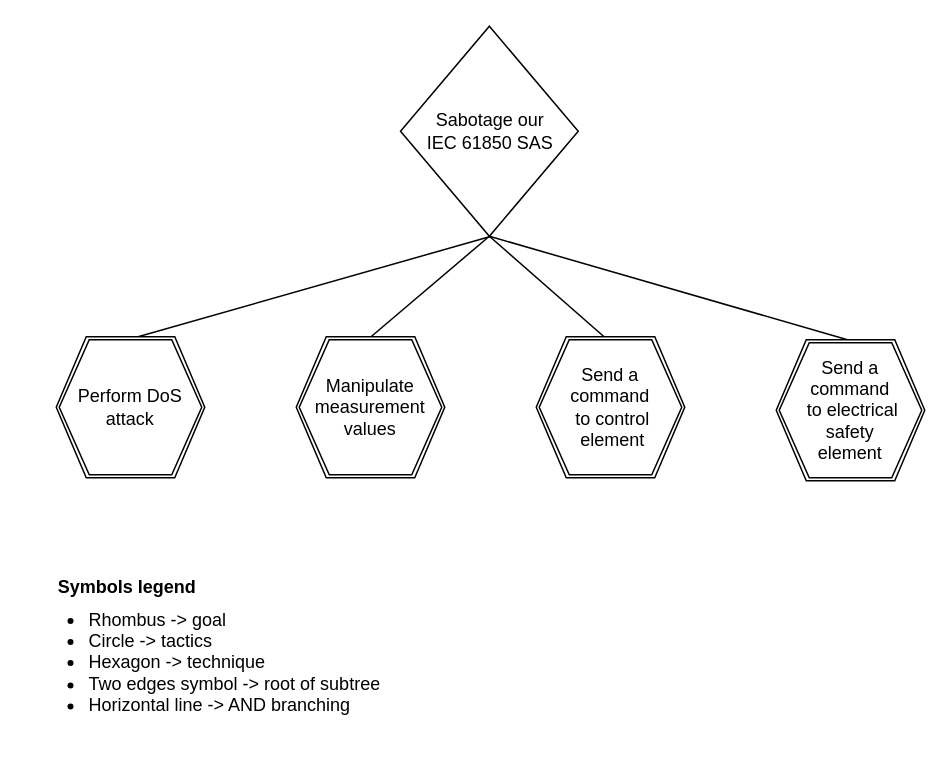
mihaelM/Attack_trees keeps this draw.io diagram as drawIO_trees/solution_1.drawio. Above is the earlier version. Source tidied: cells renumbered, new cells numbered last; positions are measured from the earlier drawing's top-left corner, leaving out a move shared by most shapes. Both pictures are drawn from the tidied source at 150%, with x=0, y=0 at pixel (26, 26).
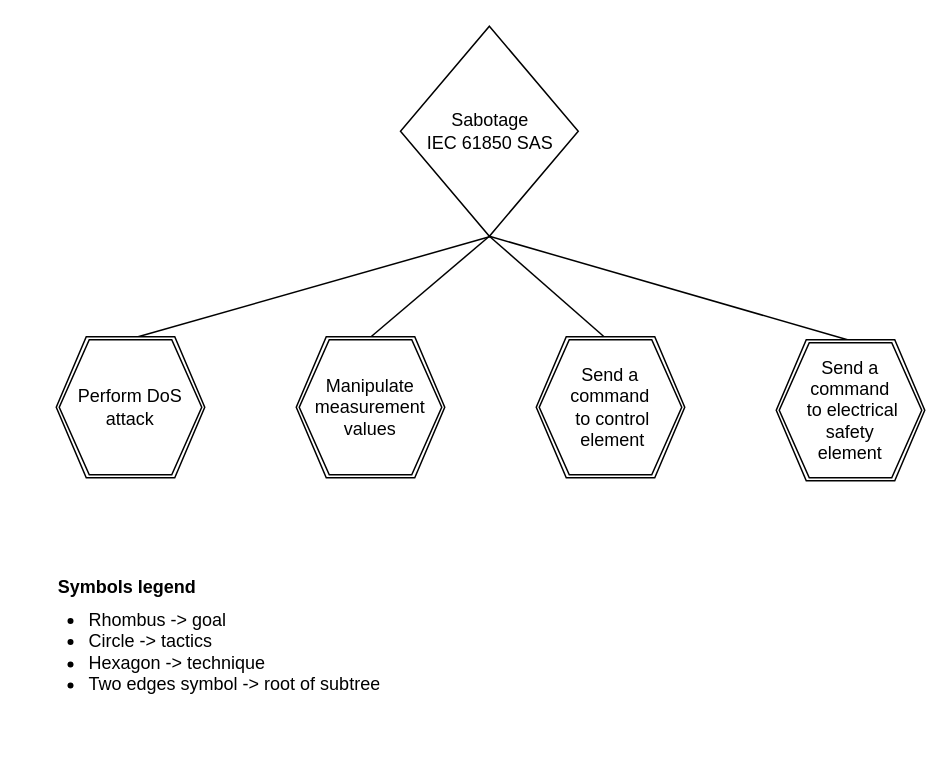
After the change.

Change to the diagram source:
```diff
@@
 <mxGraphModel>
   <root>
     <mxCell id="0" />
     <mxCell id="1" parent="0" />
-    <mxCell id="2" value="Sabotage our&lt;br&gt;IEC 61850 SAS" style="rhombus;whiteSpace=wrap;html=1;" parent="1" vertex="1">
+    <mxCell id="2" value="Sabotage&lt;br&gt;IEC 61850 SAS" style="rhombus;whiteSpace=wrap;html=1;" parent="1" vertex="1">
       <mxGeometry x="249.5" width="118.5" height="140" as="geometry" />
     </mxCell>
     <mxCell id="3" style="endArrow=none;html=1;rounded=0;entryX=0.5;entryY=0;entryDx=0;entryDy=0;exitX=0.5;exitY=1;exitDx=0;exitDy=0;" parent="1" edge="1" source="2">
       <mxGeometry relative="1" as="geometry">
         <mxPoint x="387.5" y="209" as="targetPoint" />
       </mxGeometry>
     </mxCell>
     <mxCell id="4" style="endArrow=none;html=1;rounded=0;exitX=0.5;exitY=0;exitDx=0;exitDy=0;" parent="1" edge="1">
       <mxGeometry relative="1" as="geometry">
         <mxPoint x="67.5" y="209" as="sourcePoint" />
         <mxPoint x="310" y="140" as="targetPoint" />
       </mxGeometry>
     </mxCell>
     <mxCell id="5" style="endArrow=none;html=1;rounded=0;exitX=0.5;exitY=0;exitDx=0;exitDy=0;entryX=0.5;entryY=1;entryDx=0;entryDy=0;" parent="1" edge="1" target="2">
       <mxGeometry relative="1" as="geometry">
         <mxPoint x="227.5" y="209" as="sourcePoint" />
       </mxGeometry>
     </mxCell>
     <mxCell id="6" value="&lt;font style=&quot;font-size: 12px&quot;&gt;Symbols legend&lt;/font&gt;" style="text;strokeColor=none;fillColor=none;html=1;fontSize=24;fontStyle=1;verticalAlign=middle;align=center;" parent="1" vertex="1">
       <mxGeometry x="17" y="350" width="100" height="40" as="geometry" />
     </mxCell>
     <mxCell id="7" style="endArrow=none;html=1;rounded=0;entryX=0.5;entryY=0;entryDx=0;entryDy=0;exitX=0.5;exitY=1;exitDx=0;exitDy=0;" parent="1" edge="1" source="2">
       <mxGeometry relative="1" as="geometry">
         <mxPoint x="547.5" y="209" as="targetPoint" />
       </mxGeometry>
     </mxCell>
     <mxCell id="8" style="shape=hexagon;perimeter=hexagonPerimeter2;whiteSpace=wrap;html=1;fixedSize=1;" parent="1" vertex="1">
       <mxGeometry x="20" y="207" width="99" height="94" as="geometry" />
     </mxCell>
     <mxCell id="9" value="Perform DoS attack" style="shape=hexagon;perimeter=hexagonPerimeter2;whiteSpace=wrap;html=1;fixedSize=1;" parent="1" vertex="1">
       <mxGeometry x="22" y="209" width="95" height="90" as="geometry" />
     </mxCell>
-    <mxCell id="10" value="&lt;ul&gt;&lt;li&gt;&lt;span&gt;Rhombus -&amp;gt; goal&lt;/span&gt;&lt;/li&gt;&lt;li&gt;&lt;span&gt;Circle -&amp;gt; tactics&lt;/span&gt;&lt;br&gt;&lt;/li&gt;&lt;li&gt;Hexagon -&amp;gt; technique&lt;/li&gt;&lt;li&gt;Two edges symbol -&amp;gt; root of subtree&lt;/li&gt;&lt;li&gt;Horizontal line -&amp;gt; AND branching&lt;/li&gt;&lt;/ul&gt;" style="text;strokeColor=none;fillColor=none;html=1;whiteSpace=wrap;verticalAlign=middle;overflow=hidden;fontSize=12;" parent="1" vertex="1">
-      <mxGeometry y="374" width="256" height="96" as="geometry" />
+    <mxCell id="10" value="&lt;ul&gt;&lt;li&gt;&lt;span&gt;Rhombus -&amp;gt; goal&lt;/span&gt;&lt;/li&gt;&lt;li&gt;&lt;span&gt;Circle -&amp;gt; tactics&lt;/span&gt;&lt;br&gt;&lt;/li&gt;&lt;li&gt;Hexagon -&amp;gt; technique&lt;/li&gt;&lt;li&gt;Two edges symbol -&amp;gt; root of subtree&lt;/li&gt;&lt;/ul&gt;" style="text;strokeColor=none;fillColor=none;html=1;whiteSpace=wrap;verticalAlign=middle;overflow=hidden;fontSize=12;" parent="1" vertex="1">
+      <mxGeometry y="374" width="256" height="73" as="geometry" />
     </mxCell>
     <mxCell id="11" style="shape=hexagon;perimeter=hexagonPerimeter2;whiteSpace=wrap;html=1;fixedSize=1;" parent="1" vertex="1">
       <mxGeometry x="180" y="207" width="99" height="94" as="geometry" />
     </mxCell>
     <mxCell id="12" value="&lt;span&gt;Manipulate measurement values&lt;/span&gt;" style="shape=hexagon;perimeter=hexagonPerimeter2;whiteSpace=wrap;html=1;fixedSize=1;" parent="1" vertex="1">
       <mxGeometry x="182" y="209" width="95" height="90" as="geometry" />
     </mxCell>
     <mxCell id="13" style="shape=hexagon;perimeter=hexagonPerimeter2;whiteSpace=wrap;html=1;fixedSize=1;" parent="1" vertex="1">
       <mxGeometry x="340" y="207" width="99" height="94" as="geometry" />
     </mxCell>
     <mxCell id="14" value="&lt;span style=&quot;font-family: &amp;#34;helvetica&amp;#34;&quot;&gt;Send a&lt;/span&gt;&lt;br style=&quot;font-family: &amp;#34;helvetica&amp;#34;&quot;&gt;&lt;span style=&quot;font-family: &amp;#34;helvetica&amp;#34;&quot;&gt;command&lt;/span&gt;&lt;br style=&quot;font-family: &amp;#34;helvetica&amp;#34;&quot;&gt;&lt;span style=&quot;font-family: &amp;#34;helvetica&amp;#34;&quot;&gt;&amp;nbsp;to control&lt;/span&gt;&lt;br style=&quot;font-family: &amp;#34;helvetica&amp;#34;&quot;&gt;&lt;span style=&quot;font-family: &amp;#34;helvetica&amp;#34;&quot;&gt;&amp;nbsp;element&lt;/span&gt;" style="shape=hexagon;perimeter=hexagonPerimeter2;whiteSpace=wrap;html=1;fixedSize=1;" parent="1" vertex="1">
       <mxGeometry x="342" y="209" width="95" height="90" as="geometry" />
     </mxCell>
     <mxCell id="15" style="shape=hexagon;perimeter=hexagonPerimeter2;whiteSpace=wrap;html=1;fixedSize=1;" parent="1" vertex="1">
       <mxGeometry x="500" y="209" width="99" height="94" as="geometry" />
     </mxCell>
     <mxCell id="16" value="&lt;span style=&quot;font-family: &amp;#34;helvetica&amp;#34;&quot;&gt;Send a&lt;/span&gt;&lt;br style=&quot;font-family: &amp;#34;helvetica&amp;#34;&quot;&gt;&lt;span style=&quot;font-family: &amp;#34;helvetica&amp;#34;&quot;&gt;command&lt;/span&gt;&lt;br style=&quot;font-family: &amp;#34;helvetica&amp;#34;&quot;&gt;&lt;span style=&quot;font-family: &amp;#34;helvetica&amp;#34;&quot;&gt;&amp;nbsp;to electrical safety&lt;/span&gt;&lt;br style=&quot;font-family: &amp;#34;helvetica&amp;#34;&quot;&gt;&lt;span style=&quot;font-family: &amp;#34;helvetica&amp;#34;&quot;&gt;element&lt;/span&gt;" style="shape=hexagon;perimeter=hexagonPerimeter2;whiteSpace=wrap;html=1;fixedSize=1;" parent="1" vertex="1">
       <mxGeometry x="502" y="211" width="95" height="90" as="geometry" />
     </mxCell>
   </root>
 </mxGraphModel>
```
